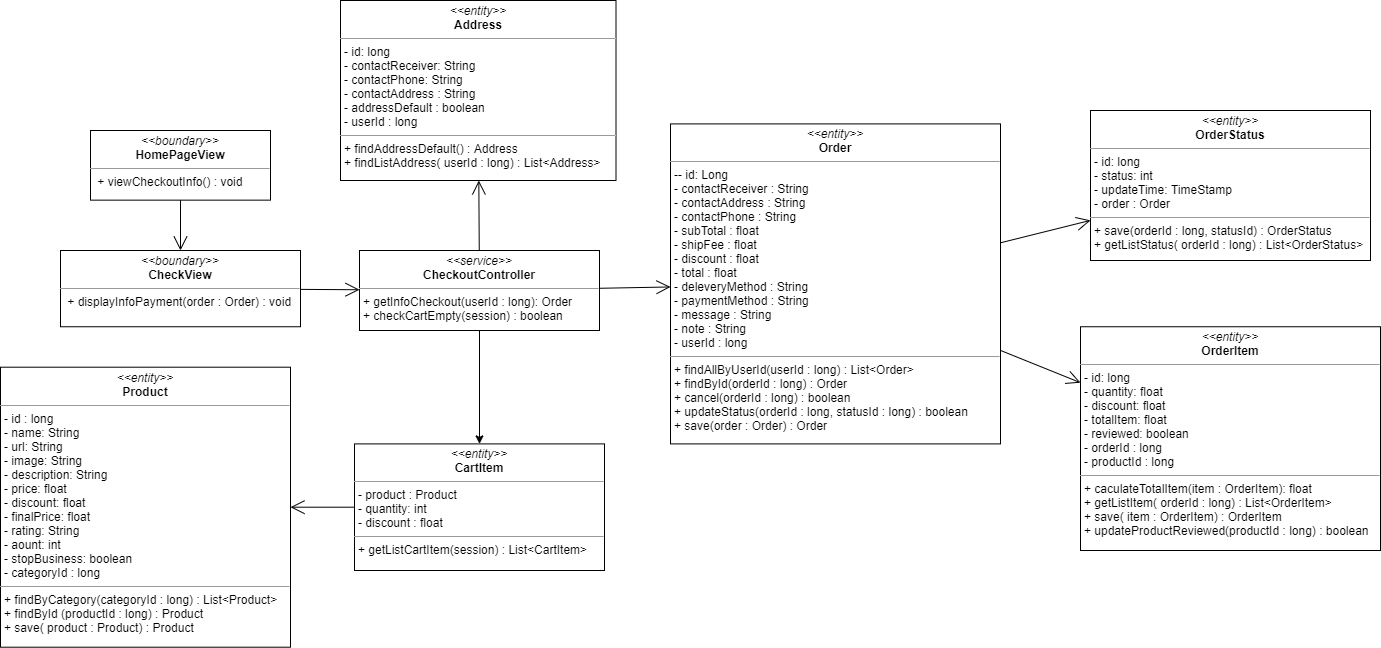
Before: image-class/getInfoCheckout-class-diagram.png, a diagram exported from draw.io (nguyenphamvan/datn_20202). Source tidied: cells renumbered, new cells last; positions are measured from the earlier drawing's top-left corner, leaving out a move shared by most shapes.
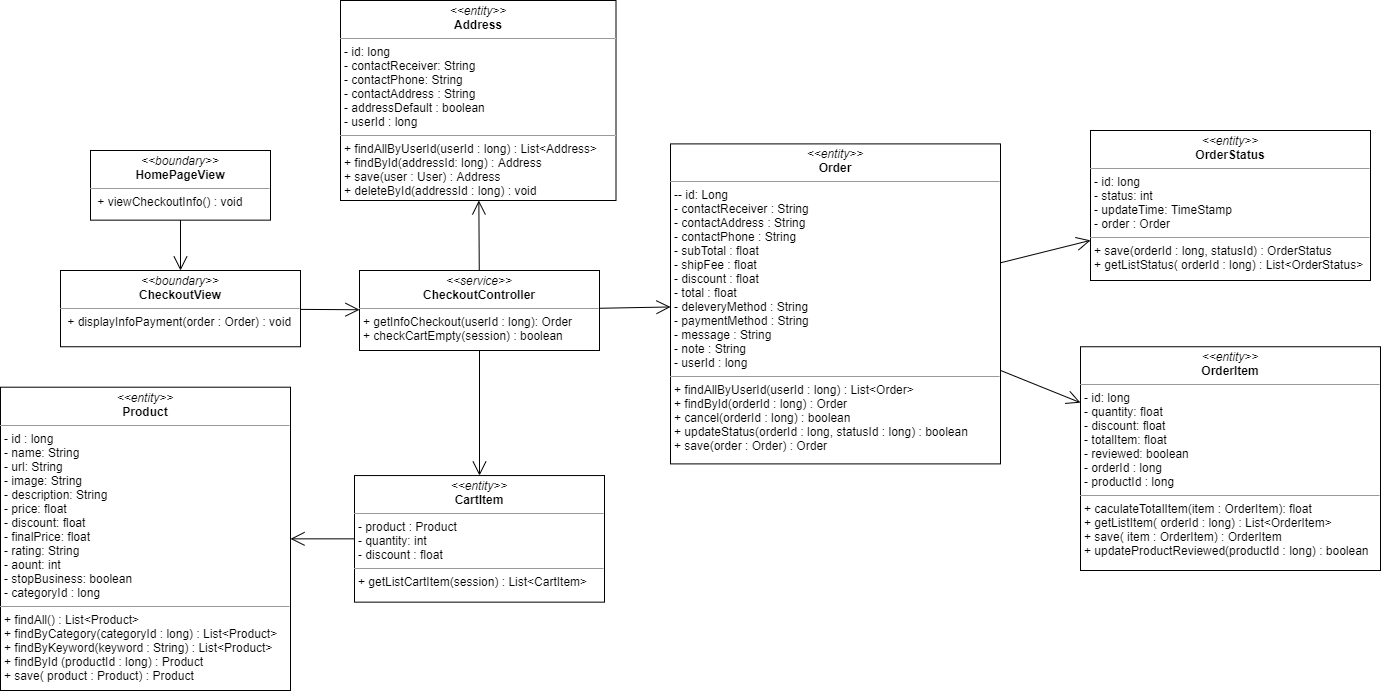
Above is the later version.

What changed in the source:
```diff
@@ -2,15 +2,12 @@
   <root>
     <mxCell id="0" />
     <mxCell id="1" parent="0" />
-    <mxCell id="2" value="&lt;p style=&quot;margin: 0px ; margin-top: 4px ; text-align: center&quot;&gt;&lt;i&gt;&amp;lt;&amp;lt;boundary&amp;gt;&amp;gt;&lt;/i&gt;&lt;br&gt;&lt;b&gt;CheckView&lt;/b&gt;&lt;/p&gt;&lt;hr size=&quot;1&quot;&gt;&lt;p style=&quot;margin: 0px ; margin-left: 4px&quot;&gt;&lt;span&gt;&amp;nbsp;&lt;/span&gt;&lt;span&gt;+ displayInfoPayment(order : Order) : void&lt;/span&gt;&lt;/p&gt;" style="verticalAlign=top;align=left;overflow=fill;fontSize=12;fontFamily=Helvetica;html=1;" parent="1" vertex="1">
+    <mxCell id="2" value="&lt;p style=&quot;margin: 0px ; margin-top: 4px ; text-align: center&quot;&gt;&lt;i&gt;&amp;lt;&amp;lt;boundary&amp;gt;&amp;gt;&lt;/i&gt;&lt;br&gt;&lt;b&gt;CheckoutView&lt;/b&gt;&lt;/p&gt;&lt;hr size=&quot;1&quot;&gt;&lt;p style=&quot;margin: 0px ; margin-left: 4px&quot;&gt;&lt;span&gt;&amp;nbsp;&lt;/span&gt;&lt;span&gt;+ displayInfoPayment(order : Order) : void&lt;/span&gt;&lt;/p&gt;" style="verticalAlign=top;align=left;overflow=fill;fontSize=12;fontFamily=Helvetica;html=1;" parent="1" vertex="1">
       <mxGeometry x="60" y="250" width="240" height="76.2" as="geometry" />
     </mxCell>
-    <mxCell id="3" value="&lt;p style=&quot;margin: 0px ; margin-top: 4px ; text-align: center&quot;&gt;&lt;i&gt;&amp;lt;&amp;lt;entity&amp;gt;&amp;gt;&lt;/i&gt;&lt;br&gt;&lt;b&gt;Address&lt;/b&gt;&lt;/p&gt;&lt;hr size=&quot;1&quot;&gt;&lt;p style=&quot;margin: 0px ; margin-left: 4px&quot;&gt;- id: long&lt;/p&gt;&lt;p style=&quot;margin: 0px ; margin-left: 4px&quot;&gt;- contactReceiver: String&lt;br&gt;- contactPhone: String&lt;/p&gt;&lt;p style=&quot;margin: 0px ; margin-left: 4px&quot;&gt;- contactAddress : String&lt;/p&gt;&lt;p style=&quot;margin: 0px ; margin-left: 4px&quot;&gt;- addressDefault : boolean&lt;/p&gt;&lt;p style=&quot;margin: 0px ; margin-left: 4px&quot;&gt;- userId : long&lt;/p&gt;&lt;hr size=&quot;1&quot;&gt;&lt;p style=&quot;margin: 0px ; margin-left: 4px&quot;&gt;+ findAddressDefault() : Address&lt;/p&gt;&lt;p style=&quot;margin: 0px ; margin-left: 4px&quot;&gt;+ findListAddress( userId : long) : List&amp;lt;Address&amp;gt;&lt;/p&gt;" style="verticalAlign=top;align=left;overflow=fill;fontSize=12;fontFamily=Helvetica;html=1;" parent="1" vertex="1">
-      <mxGeometry x="340" width="275.5" height="180" as="geometry" />
+    <mxCell id="3" value="&lt;p style=&quot;margin: 0px ; margin-top: 4px ; text-align: center&quot;&gt;&lt;i&gt;&amp;lt;&amp;lt;entity&amp;gt;&amp;gt;&lt;/i&gt;&lt;br&gt;&lt;b&gt;Address&lt;/b&gt;&lt;/p&gt;&lt;hr size=&quot;1&quot;&gt;&lt;p style=&quot;margin: 0px ; margin-left: 4px&quot;&gt;- id: long&lt;/p&gt;&lt;p style=&quot;margin: 0px ; margin-left: 4px&quot;&gt;- contactReceiver: String&lt;br&gt;- contactPhone: String&lt;/p&gt;&lt;p style=&quot;margin: 0px ; margin-left: 4px&quot;&gt;- contactAddress : String&lt;/p&gt;&lt;p style=&quot;margin: 0px ; margin-left: 4px&quot;&gt;- addressDefault : boolean&lt;/p&gt;&lt;p style=&quot;margin: 0px ; margin-left: 4px&quot;&gt;- userId : long&lt;/p&gt;&lt;hr size=&quot;1&quot;&gt;&lt;p style=&quot;margin: 0px 0px 0px 4px&quot;&gt;+ findAllByUserId(userId : long) : List&amp;lt;Address&amp;gt;&lt;/p&gt;&lt;p style=&quot;margin: 0px 0px 0px 4px&quot;&gt;+ findById(addressId: long) : Address&lt;/p&gt;&lt;p style=&quot;margin: 0px 0px 0px 4px&quot;&gt;+ save(user : User) : Address&lt;/p&gt;&lt;p style=&quot;margin: 0px 0px 0px 4px&quot;&gt;+ deleteById(addressId : long) : void&lt;/p&gt;" style="verticalAlign=top;align=left;overflow=fill;fontSize=12;fontFamily=Helvetica;html=1;" parent="1" vertex="1">
+      <mxGeometry x="340" y="-20" width="275.5" height="200" as="geometry" />
     </mxCell>
-    <mxCell id="4" style="edgeStyle=orthogonalEdgeStyle;rounded=0;jettySize=auto;html=1;" parent="1" edge="1" source="6" target="7">
-      <mxGeometry relative="1" as="geometry" />
-    </mxCell>
     <mxCell id="5" value="&lt;p style=&quot;margin: 0px ; margin-top: 4px ; text-align: center&quot;&gt;&lt;i&gt;&amp;lt;&amp;lt;entity&amp;gt;&amp;gt;&lt;/i&gt;&lt;br&gt;&lt;b&gt;Order&lt;/b&gt;&lt;/p&gt;&lt;hr size=&quot;1&quot;&gt;&lt;p style=&quot;margin: 0px ; margin-left: 4px&quot;&gt;-&lt;span&gt;- id: Long&lt;/span&gt;&lt;br&gt;&lt;/p&gt;&lt;p style=&quot;margin: 0px 0px 0px 4px&quot;&gt;- contactReceiver : String&lt;/p&gt;&lt;p style=&quot;margin: 0px 0px 0px 4px&quot;&gt;- contactAddress : String&lt;/p&gt;&lt;p style=&quot;margin: 0px 0px 0px 4px&quot;&gt;- contactPhone : String&lt;/p&gt;&lt;p style=&quot;margin: 0px 0px 0px 4px&quot;&gt;- subTotal : float&lt;/p&gt;&lt;p style=&quot;margin: 0px 0px 0px 4px&quot;&gt;- shipFee : float&lt;/p&gt;&lt;p style=&quot;margin: 0px 0px 0px 4px&quot;&gt;- discount : float&lt;/p&gt;&lt;p style=&quot;margin: 0px 0px 0px 4px&quot;&gt;- total : float&lt;/p&gt;&lt;p style=&quot;margin: 0px 0px 0px 4px&quot;&gt;- deleveryMethod : String&lt;/p&gt;&lt;p style=&quot;margin: 0px 0px 0px 4px&quot;&gt;- paymentMethod : String&lt;/p&gt;&lt;p style=&quot;margin: 0px 0px 0px 4px&quot;&gt;- message : String&lt;/p&gt;&lt;p style=&quot;margin: 0px 0px 0px 4px&quot;&gt;- note : String&lt;/p&gt;&lt;p style=&quot;margin: 0px 0px 0px 4px&quot;&gt;- userId : long&lt;/p&gt;&lt;hr size=&quot;1&quot;&gt;&lt;p style=&quot;margin: 0px 0px 0px 4px&quot;&gt;+ findAllByUserId(userId : long) : List&amp;lt;Order&amp;gt;&lt;/p&gt;&lt;p style=&quot;margin: 0px 0px 0px 4px&quot;&gt;+ findById(orderId : long) : Order&lt;br&gt;&lt;/p&gt;&lt;p style=&quot;margin: 0px 0px 0px 4px&quot;&gt;+ cancel(orderId : long) : boolean&lt;br&gt;&lt;/p&gt;&lt;p style=&quot;margin: 0px 0px 0px 4px&quot;&gt;+ updateStatus(orderId : long, statusId : long) : boolean&lt;/p&gt;&lt;p style=&quot;margin: 0px 0px 0px 4px&quot;&gt;+ save(order : Order) : Order&lt;/p&gt;" style="verticalAlign=top;align=left;overflow=fill;fontSize=12;fontFamily=Helvetica;html=1;" parent="1" vertex="1">
       <mxGeometry x="670" y="123.4" width="330" height="320" as="geometry" />
     </mxCell>
@@ -18,7 +15,7 @@
       <mxGeometry x="359" y="250" width="240" height="80" as="geometry" />
     </mxCell>
     <mxCell id="7" value="&lt;p style=&quot;margin: 0px ; margin-top: 4px ; text-align: center&quot;&gt;&lt;i&gt;&amp;lt;&amp;lt;entity&amp;gt;&amp;gt;&lt;/i&gt;&lt;br&gt;&lt;b&gt;CartItem&lt;/b&gt;&lt;/p&gt;&lt;hr size=&quot;1&quot;&gt;&lt;p style=&quot;margin: 0px ; margin-left: 4px&quot;&gt;- product : Product&lt;/p&gt;&lt;p style=&quot;margin: 0px ; margin-left: 4px&quot;&gt;- quantity: int&lt;br&gt;- discount : float&lt;/p&gt;&lt;hr size=&quot;1&quot;&gt;&lt;p style=&quot;margin: 0px ; margin-left: 4px&quot;&gt;+ getListCartItem(session) : List&amp;lt;CartItem&amp;gt;&lt;br&gt;&lt;/p&gt;" style="verticalAlign=top;align=left;overflow=fill;fontSize=12;fontFamily=Helvetica;html=1;" parent="1" vertex="1">
-      <mxGeometry x="354" y="443.4" width="250" height="126.6" as="geometry" />
+      <mxGeometry x="354" y="455.1" width="250" height="126.6" as="geometry" />
     </mxCell>
     <mxCell id="8" style="endArrow=open;endFill=1;endSize=12;html=1;" parent="1" edge="1" source="6" target="5">
       <mxGeometry relative="1" as="geometry" />
@@ -47,11 +44,14 @@
     <mxCell id="16" style="endArrow=open;endFill=1;endSize=12;html=1;" parent="1" edge="1" source="5" target="15">
       <mxGeometry relative="1" as="geometry" />
     </mxCell>
-    <mxCell id="17" value="&lt;p style=&quot;margin: 0px ; margin-top: 4px ; text-align: center&quot;&gt;&lt;i&gt;&amp;lt;&amp;lt;entity&amp;gt;&amp;gt;&lt;/i&gt;&lt;br&gt;&lt;b&gt;Product&lt;/b&gt;&lt;/p&gt;&lt;hr size=&quot;1&quot;&gt;&lt;p style=&quot;margin: 0px ; margin-left: 4px&quot;&gt;- id : long&lt;/p&gt;&lt;p style=&quot;margin: 0px ; margin-left: 4px&quot;&gt;- name: String&lt;br&gt;- url: String&lt;/p&gt;&lt;p style=&quot;margin: 0px ; margin-left: 4px&quot;&gt;- image: String&lt;/p&gt;&lt;p style=&quot;margin: 0px ; margin-left: 4px&quot;&gt;- description: String&lt;/p&gt;&lt;p style=&quot;margin: 0px ; margin-left: 4px&quot;&gt;- price: float&lt;/p&gt;&lt;p style=&quot;margin: 0px ; margin-left: 4px&quot;&gt;- discount: float&lt;/p&gt;&lt;p style=&quot;margin: 0px ; margin-left: 4px&quot;&gt;- finalPrice: float&lt;/p&gt;&lt;p style=&quot;margin: 0px ; margin-left: 4px&quot;&gt;- rating: String&lt;/p&gt;&lt;p style=&quot;margin: 0px ; margin-left: 4px&quot;&gt;- aount: int&lt;/p&gt;&lt;p style=&quot;margin: 0px ; margin-left: 4px&quot;&gt;- stopBusiness: boolean&lt;/p&gt;&lt;p style=&quot;margin: 0px ; margin-left: 4px&quot;&gt;- categoryId : long&lt;/p&gt;&lt;hr size=&quot;1&quot;&gt;&lt;p style=&quot;margin: 0px 0px 0px 4px&quot;&gt;+ findByCategory(categoryId : long) : List&amp;lt;Product&amp;gt;&lt;/p&gt;&lt;p style=&quot;margin: 0px 0px 0px 4px&quot;&gt;+ findById (productId : long) : Product&lt;/p&gt;&lt;p style=&quot;margin: 0px 0px 0px 4px&quot;&gt;+ save( product : Product) : Product&lt;/p&gt;" style="verticalAlign=top;align=left;overflow=fill;fontSize=12;fontFamily=Helvetica;html=1;" parent="1" vertex="1">
-      <mxGeometry y="366.7" width="290" height="280" as="geometry" />
+    <mxCell id="17" value="&lt;p style=&quot;margin: 0px ; margin-top: 4px ; text-align: center&quot;&gt;&lt;i&gt;&amp;lt;&amp;lt;entity&amp;gt;&amp;gt;&lt;/i&gt;&lt;br&gt;&lt;b&gt;Product&lt;/b&gt;&lt;/p&gt;&lt;hr size=&quot;1&quot;&gt;&lt;p style=&quot;margin: 0px ; margin-left: 4px&quot;&gt;- id : long&lt;/p&gt;&lt;p style=&quot;margin: 0px ; margin-left: 4px&quot;&gt;- name: String&lt;br&gt;- url: String&lt;/p&gt;&lt;p style=&quot;margin: 0px ; margin-left: 4px&quot;&gt;- image: String&lt;/p&gt;&lt;p style=&quot;margin: 0px ; margin-left: 4px&quot;&gt;- description: String&lt;/p&gt;&lt;p style=&quot;margin: 0px ; margin-left: 4px&quot;&gt;- price: float&lt;/p&gt;&lt;p style=&quot;margin: 0px ; margin-left: 4px&quot;&gt;- discount: float&lt;/p&gt;&lt;p style=&quot;margin: 0px ; margin-left: 4px&quot;&gt;- finalPrice: float&lt;/p&gt;&lt;p style=&quot;margin: 0px ; margin-left: 4px&quot;&gt;- rating: String&lt;/p&gt;&lt;p style=&quot;margin: 0px ; margin-left: 4px&quot;&gt;- aount: int&lt;/p&gt;&lt;p style=&quot;margin: 0px ; margin-left: 4px&quot;&gt;- stopBusiness: boolean&lt;/p&gt;&lt;p style=&quot;margin: 0px ; margin-left: 4px&quot;&gt;- categoryId : long&lt;/p&gt;&lt;hr size=&quot;1&quot;&gt;&lt;p style=&quot;margin: 0px 0px 0px 4px&quot;&gt;+ findAll() : List&amp;lt;Product&amp;gt;&lt;/p&gt;&lt;p style=&quot;margin: 0px 0px 0px 4px&quot;&gt;+ findByCategory(categoryId : long) : List&amp;lt;Product&amp;gt;&lt;/p&gt;&lt;p style=&quot;margin: 0px 0px 0px 4px&quot;&gt;+ findByKeyword(keyword : String) : List&amp;lt;Product&amp;gt;&lt;/p&gt;&lt;p style=&quot;margin: 0px 0px 0px 4px&quot;&gt;+ findById (productId : long) : Product&lt;/p&gt;&lt;p style=&quot;margin: 0px 0px 0px 4px&quot;&gt;+ save( product : Product) : Product&lt;/p&gt;" style="verticalAlign=top;align=left;overflow=fill;fontSize=12;fontFamily=Helvetica;html=1;" parent="1" vertex="1">
+      <mxGeometry y="366.7" width="290" height="303.3" as="geometry" />
     </mxCell>
     <mxCell id="18" style="endArrow=open;endFill=1;endSize=12;html=1;" parent="1" edge="1" source="7" target="17">
       <mxGeometry relative="1" as="geometry" />
     </mxCell>
+    <mxCell id="4" style="endArrow=open;endFill=1;endSize=12;html=1;" parent="1" edge="1" source="6" target="7">
+      <mxGeometry relative="1" as="geometry" />
+    </mxCell>
   </root>
 </mxGraphModel>
```
